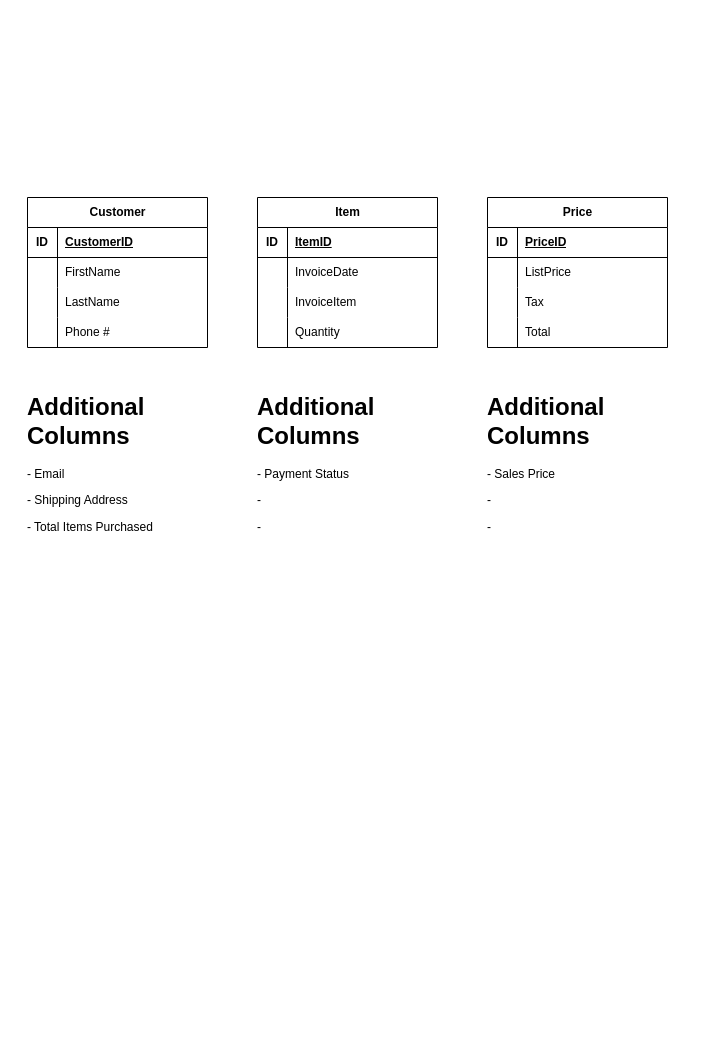
This is Untitled Diagram.drawio from dkim28/computer-science, a draw.io file, before an edit. Source tidied: cells renumbered, new cells numbered last; positions are measured from the earlier drawing's top-left corner, leaving out a move shared by most shapes. Both pictures are drawn from the tidied source at 100%, with x=0, y=0 at pixel (22, 197).
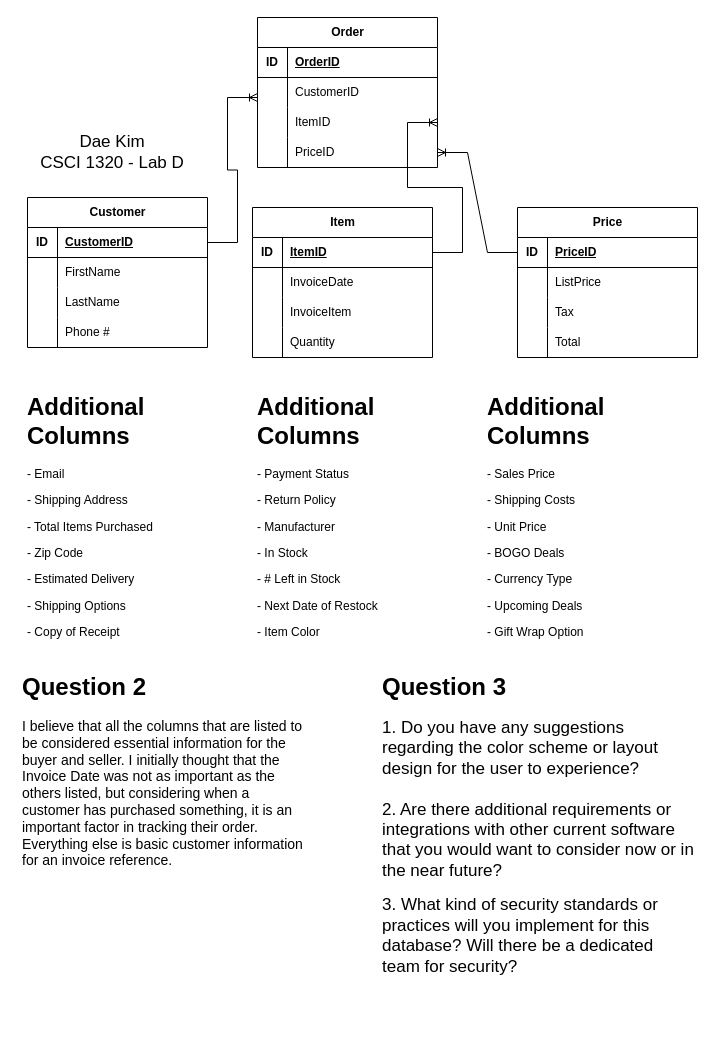
The same page after the edit.

The change refers to these unchanged cells:
```xml
<mxCell id="3" style="shape=tableRow;horizontal=0;startSize=0;swimlaneHead=0;swimlaneBody=0;fillColor=none;points=[[0,0.5],[1,0.5]];portConstraint=eastwest;top=0;left=0;right=0;bottom=1;" parent="2" vertex="1">
  <mxGeometry y="30" width="180" height="30" as="geometry" />
</mxCell>
<mxCell id="16" style="shape=tableRow;horizontal=0;startSize=0;swimlaneHead=0;swimlaneBody=0;fillColor=none;points=[[0,0.5],[1,0.5]];portConstraint=eastwest;top=0;left=0;right=0;bottom=1;" parent="15" vertex="1">
  <mxGeometry y="30" width="180" height="30" as="geometry" />
</mxCell>
<mxCell id="29" style="shape=tableRow;horizontal=0;startSize=0;swimlaneHead=0;swimlaneBody=0;fillColor=none;points=[[0,0.5],[1,0.5]];portConstraint=eastwest;top=0;left=0;right=0;bottom=1;" parent="28" vertex="1">
  <mxGeometry y="30" width="180" height="30" as="geometry" />
</mxCell>
```

The edit, as a diff of the source:
```diff
@@
     <mxCell id="15" value="Item" style="shape=table;startSize=30;childLayout=tableLayout;rowLines=0;fontStyle=1;align=center;html=1;" parent="1" vertex="1">
-      <mxGeometry x="235" width="180" height="150" as="geometry" />
+      <mxGeometry x="230" y="10" width="180" height="150" as="geometry" />
     </mxCell>
@@
     <mxCell id="28" value="Price" style="shape=table;startSize=30;childLayout=tableLayout;rowLines=0;fontStyle=1;align=center;html=1;" parent="1" vertex="1">
-      <mxGeometry x="465" width="180" height="150" as="geometry" />
+      <mxGeometry x="495" y="10" width="180" height="150" as="geometry" />
     </mxCell>
@@
-    <mxCell id="41" value="&lt;h1&gt;Additional Columns&lt;br&gt;&lt;/h1&gt;&lt;p&gt;- Email&lt;/p&gt;&lt;p&gt;- Shipping Address&lt;/p&gt;&lt;p&gt;- Total Items Purchased&lt;br&gt;&lt;/p&gt;" style="text;html=1;strokeColor=none;fillColor=none;spacing=5;spacingTop=-20;whiteSpace=wrap;overflow=hidden;rounded=0;" parent="1" vertex="1">
-      <mxGeometry y="190" width="190" height="180" as="geometry" />
+    <mxCell id="41" value="&lt;h1&gt;Additional Columns&lt;br&gt;&lt;/h1&gt;&lt;p&gt;- Email&lt;/p&gt;&lt;p&gt;- Shipping Address&lt;/p&gt;&lt;p&gt;- Total Items Purchased&lt;/p&gt;&lt;p&gt;- Zip Code&lt;/p&gt;&lt;p&gt;- Estimated Delivery&lt;/p&gt;&lt;p&gt;- Shipping Options&lt;/p&gt;&lt;p&gt;- Copy of Receipt&lt;br&gt;&lt;/p&gt;" style="text;html=1;strokeColor=none;fillColor=none;spacing=5;spacingTop=-20;whiteSpace=wrap;overflow=hidden;rounded=0;" parent="1" vertex="1">
+      <mxGeometry y="190" width="190" height="280" as="geometry" />
     </mxCell>
-    <mxCell id="42" value="&lt;h1&gt;Additional Columns&lt;br&gt;&lt;/h1&gt;&lt;p&gt;- Payment Status&lt;br&gt;&lt;/p&gt;&lt;p&gt;- &lt;br&gt;&lt;/p&gt;&lt;p&gt;- &lt;br&gt;&lt;/p&gt;" style="text;html=1;strokeColor=none;fillColor=none;spacing=5;spacingTop=-20;whiteSpace=wrap;overflow=hidden;rounded=0;" parent="1" vertex="1">
-      <mxGeometry x="230" y="190" width="190" height="180" as="geometry" />
+    <mxCell id="42" value="&lt;h1&gt;Additional Columns&lt;br&gt;&lt;/h1&gt;&lt;p&gt;- Payment Status&lt;br&gt;&lt;/p&gt;&lt;p&gt;- Return Policy&lt;br&gt;&lt;/p&gt;&lt;p&gt;- Manufacturer&lt;br&gt;&lt;/p&gt;&lt;p&gt;- In Stock&lt;/p&gt;&lt;p&gt;- # Left in Stock&lt;br&gt;&lt;/p&gt;&lt;p&gt;- Next Date of Restock&lt;br&gt;&lt;/p&gt;&lt;p&gt;- Item Color&lt;br&gt;&lt;/p&gt;" style="text;html=1;strokeColor=none;fillColor=none;spacing=5;spacingTop=-20;whiteSpace=wrap;overflow=hidden;rounded=0;" parent="1" vertex="1">
+      <mxGeometry x="230" y="190" width="190" height="290" as="geometry" />
     </mxCell>
-    <mxCell id="43" value="&lt;h1&gt;Additional Columns&lt;br&gt;&lt;/h1&gt;&lt;p&gt;- Sales Price&lt;br&gt;&lt;/p&gt;&lt;p&gt;- &lt;br&gt;&lt;/p&gt;&lt;p&gt;- &lt;br&gt;&lt;/p&gt;" style="text;html=1;strokeColor=none;fillColor=none;spacing=5;spacingTop=-20;whiteSpace=wrap;overflow=hidden;rounded=0;" parent="1" vertex="1">
-      <mxGeometry x="460" y="190" width="190" height="180" as="geometry" />
+    <mxCell id="43" value="&lt;h1&gt;Additional Columns&lt;br&gt;&lt;/h1&gt;&lt;p&gt;- Sales Price&lt;br&gt;&lt;/p&gt;&lt;p&gt;- Shipping Costs&lt;br&gt;&lt;/p&gt;&lt;p&gt;- Unit Price&lt;br&gt;&lt;/p&gt;&lt;p&gt;- BOGO Deals&lt;/p&gt;&lt;p&gt;- Currency Type&lt;br&gt;&lt;/p&gt;&lt;p&gt;- Upcoming Deals&lt;br&gt;&lt;/p&gt;&lt;p&gt;- Gift Wrap Option&lt;br&gt;&lt;/p&gt;" style="text;html=1;strokeColor=none;fillColor=none;spacing=5;spacingTop=-20;whiteSpace=wrap;overflow=hidden;rounded=0;" parent="1" vertex="1">
+      <mxGeometry x="460" y="190" width="190" height="290" as="geometry" />
     </mxCell>
+    <mxCell id="44" value="&lt;div style=&quot;font-size: 17px;&quot;&gt;Dae Kim&lt;/div&gt;&lt;div style=&quot;font-size: 17px;&quot;&gt;CSCI 1320 - Lab D&lt;br style=&quot;font-size: 17px;&quot;&gt;&lt;/div&gt;" style="text;html=1;strokeColor=none;fillColor=none;align=center;verticalAlign=middle;whiteSpace=wrap;rounded=0;strokeWidth=3;fontSize=17;" parent="1" vertex="1">
+      <mxGeometry x="5" y="-70" width="170" height="50" as="geometry" />
+    </mxCell>
+    <mxCell id="45" value="&lt;h1&gt;Question 2&lt;br&gt;&lt;/h1&gt;&lt;p style=&quot;font-size: 14px;&quot;&gt;&lt;font style=&quot;font-size: 14px;&quot;&gt;I believe that all the columns that are listed to be considered essential information for the buyer and seller. I initially thought that the Invoice Date was not as important as the others listed, but considering when a customer has purchased something, it is an important factor in tracking their order. Everything else is basic customer information for an invoice reference.&lt;br&gt;&lt;/font&gt;&lt;/p&gt;" style="text;html=1;strokeColor=none;fillColor=none;spacing=5;spacingTop=-20;whiteSpace=wrap;overflow=hidden;rounded=0;" parent="1" vertex="1">
+      <mxGeometry x="-5" y="470" width="290" height="220" as="geometry" />
+    </mxCell>
+    <mxCell id="46" value="&lt;h1&gt;Question 3&lt;/h1&gt;&lt;div style=&quot;font-size: 17px;&quot;&gt;&lt;font style=&quot;font-size: 17px;&quot;&gt;1. Do you have any suggestions regarding the color scheme or layout design for the user to experience?&lt;br&gt;&lt;/font&gt;&lt;/div&gt;&lt;div style=&quot;font-size: 17px;&quot;&gt;&lt;font style=&quot;font-size: 17px;&quot;&gt;&lt;br&gt;&lt;/font&gt;&lt;/div&gt;&lt;div style=&quot;font-size: 17px;&quot;&gt;&lt;font style=&quot;font-size: 17px;&quot;&gt;2. Are there additional requirements or integrations with other current software that you would want to consider now or in the near future?&lt;br&gt;&lt;/font&gt;&lt;/div&gt;&lt;div&gt;&lt;br&gt;&lt;/div&gt;&lt;div style=&quot;font-size: 17px;&quot;&gt;&lt;font style=&quot;font-size: 17px;&quot;&gt;3. What kind of security standards or practices will you implement for this database? Will there be a dedicated team for security?&lt;br&gt;&lt;/font&gt;&lt;/div&gt;" style="text;html=1;strokeColor=none;fillColor=none;spacing=5;spacingTop=-20;whiteSpace=wrap;overflow=hidden;rounded=0;" parent="1" vertex="1">
+      <mxGeometry x="355" y="470" width="320" height="360" as="geometry" />
+    </mxCell>
+    <mxCell id="47" value="Order" style="shape=table;startSize=30;childLayout=tableLayout;rowLines=0;fontStyle=1;align=center;html=1;" parent="1" vertex="1">
+      <mxGeometry x="235" y="-180" width="180" height="150" as="geometry" />
+    </mxCell>
+    <mxCell id="48" style="shape=tableRow;horizontal=0;startSize=0;swimlaneHead=0;swimlaneBody=0;fillColor=none;top=0;left=0;right=0;bottom=1;" parent="47" vertex="1">
+      <mxGeometry y="30" width="180" height="30" as="geometry" />
+    </mxCell>
+    <mxCell id="49" value="ID" style="shape=partialRectangle;fillColor=none;top=0;left=0;bottom=0;right=0;fontStyle=1;overflow=hidden;whiteSpace=wrap;html=1;" parent="48" vertex="1">
+      <mxGeometry width="30" height="30" as="geometry" />
+    </mxCell>
+    <mxCell id="50" value="OrderID" style="shape=partialRectangle;fillColor=none;top=0;left=0;bottom=0;right=0;align=left;spacingLeft=6;fontStyle=5;overflow=hidden;whiteSpace=wrap;html=1;" parent="48" vertex="1">
+      <mxGeometry x="30" width="150" height="30" as="geometry" />
+    </mxCell>
+    <mxCell id="51" style="shape=tableRow;horizontal=0;startSize=0;swimlaneHead=0;swimlaneBody=0;fillColor=none;top=0;left=0;right=0;bottom=0;" parent="47" vertex="1">
+      <mxGeometry y="60" width="180" height="30" as="geometry" />
+    </mxCell>
+    <mxCell id="52" style="shape=partialRectangle;fillColor=none;top=0;left=0;bottom=0;right=0;overflow=hidden;whiteSpace=wrap;html=1;" parent="51" vertex="1">
+      <mxGeometry width="30" height="30" as="geometry" />
+    </mxCell>
+    <mxCell id="53" value="CustomerID" style="shape=partialRectangle;fillColor=none;top=0;left=0;bottom=0;right=0;align=left;spacingLeft=6;overflow=hidden;whiteSpace=wrap;html=1;" parent="51" vertex="1">
+      <mxGeometry x="30" width="150" height="30" as="geometry" />
+    </mxCell>
+    <mxCell id="54" style="shape=tableRow;horizontal=0;startSize=0;swimlaneHead=0;swimlaneBody=0;fillColor=none;points=[[0,0.5],[1,0.5]];portConstraint=eastwest;top=0;left=0;right=0;bottom=0;" parent="47" vertex="1">
+      <mxGeometry y="90" width="180" height="30" as="geometry" />
+    </mxCell>
+    <mxCell id="55" style="shape=partialRectangle;fillColor=none;top=0;left=0;bottom=0;right=0;overflow=hidden;whiteSpace=wrap;html=1;" parent="54" vertex="1">
+      <mxGeometry width="30" height="30" as="geometry" />
+    </mxCell>
+    <mxCell id="56" value="ItemID" style="shape=partialRectangle;fillColor=none;top=0;left=0;bottom=0;right=0;align=left;spacingLeft=6;overflow=hidden;whiteSpace=wrap;html=1;" parent="54" vertex="1">
+      <mxGeometry x="30" width="150" height="30" as="geometry" />
+    </mxCell>
+    <mxCell id="57" style="shape=tableRow;horizontal=0;startSize=0;swimlaneHead=0;swimlaneBody=0;fillColor=none;points=[[0,0.5],[1,0.5]];portConstraint=eastwest;top=0;left=0;right=0;bottom=0;" parent="47" vertex="1">
+      <mxGeometry y="120" width="180" height="30" as="geometry" />
+    </mxCell>
+    <mxCell id="58" style="shape=partialRectangle;fillColor=none;top=0;left=0;bottom=0;right=0;overflow=hidden;whiteSpace=wrap;html=1;" parent="57" vertex="1">
+      <mxGeometry width="30" height="30" as="geometry" />
+    </mxCell>
+    <mxCell id="59" value="PriceID" style="shape=partialRectangle;fillColor=none;top=0;left=0;bottom=0;right=0;align=left;spacingLeft=6;overflow=hidden;whiteSpace=wrap;html=1;" parent="57" vertex="1">
+      <mxGeometry x="30" width="150" height="30" as="geometry" />
+    </mxCell>
+    <mxCell id="60" style="edgeStyle=entityRelationEdgeStyle;fontSize=12;html=1;endArrow=ERoneToMany;rounded=0;exitX=1;exitY=0.5;exitDx=0;exitDy=0;" parent="1" edge="1" source="3">
+      <mxGeometry relative="1" as="geometry">
+        <mxPoint x="235" y="-100" as="targetPoint" />
+      </mxGeometry>
+    </mxCell>
+    <mxCell id="61" style="edgeStyle=entityRelationEdgeStyle;fontSize=12;html=1;endArrow=ERoneToMany;rounded=0;entryX=1;entryY=0.5;entryDx=0;entryDy=0;exitX=1;exitY=0.5;exitDx=0;exitDy=0;" parent="1" edge="1" source="16" target="54">
+      <mxGeometry relative="1" as="geometry" />
+    </mxCell>
+    <mxCell id="62" style="edgeStyle=entityRelationEdgeStyle;fontSize=12;html=1;endArrow=ERoneToMany;rounded=0;entryX=1;entryY=0.5;entryDx=0;entryDy=0;exitX=0;exitY=0.5;exitDx=0;exitDy=0;" parent="1" edge="1" source="29" target="57">
+      <mxGeometry relative="1" as="geometry" />
+    </mxCell>
```
